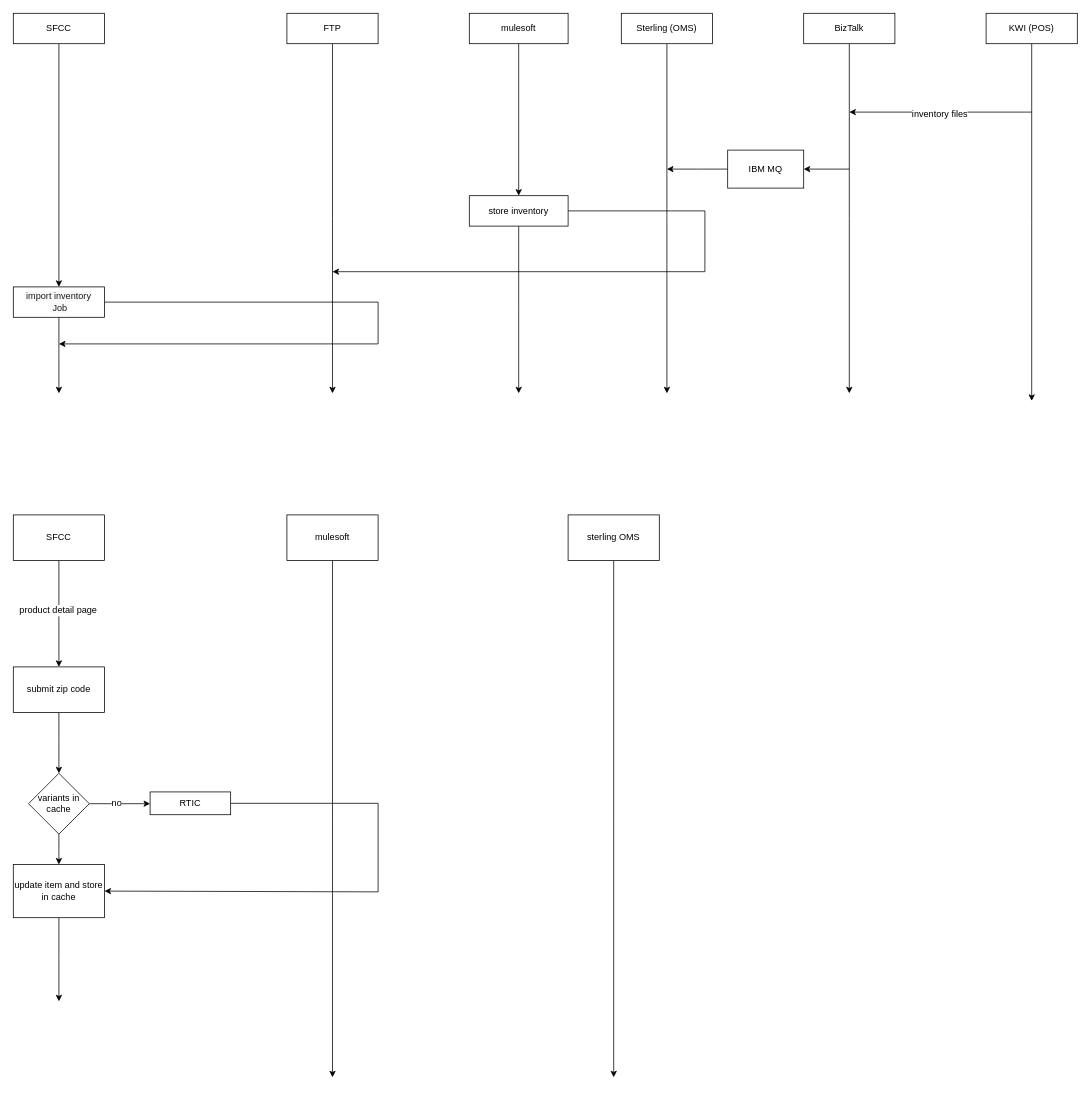
Above: page "click and collect" (5 of 5) of Untitled Diagram.drawio in soum/pnd-diagrams (draw.io), before the change. Source tidied: cells renumbered, new cells numbered last; positions are measured from the earlier drawing's top-left corner, leaving out a move shared by most shapes. Both pictures are drawn from the tidied source at 76%, with x=0, y=0 at pixel (13, 13).
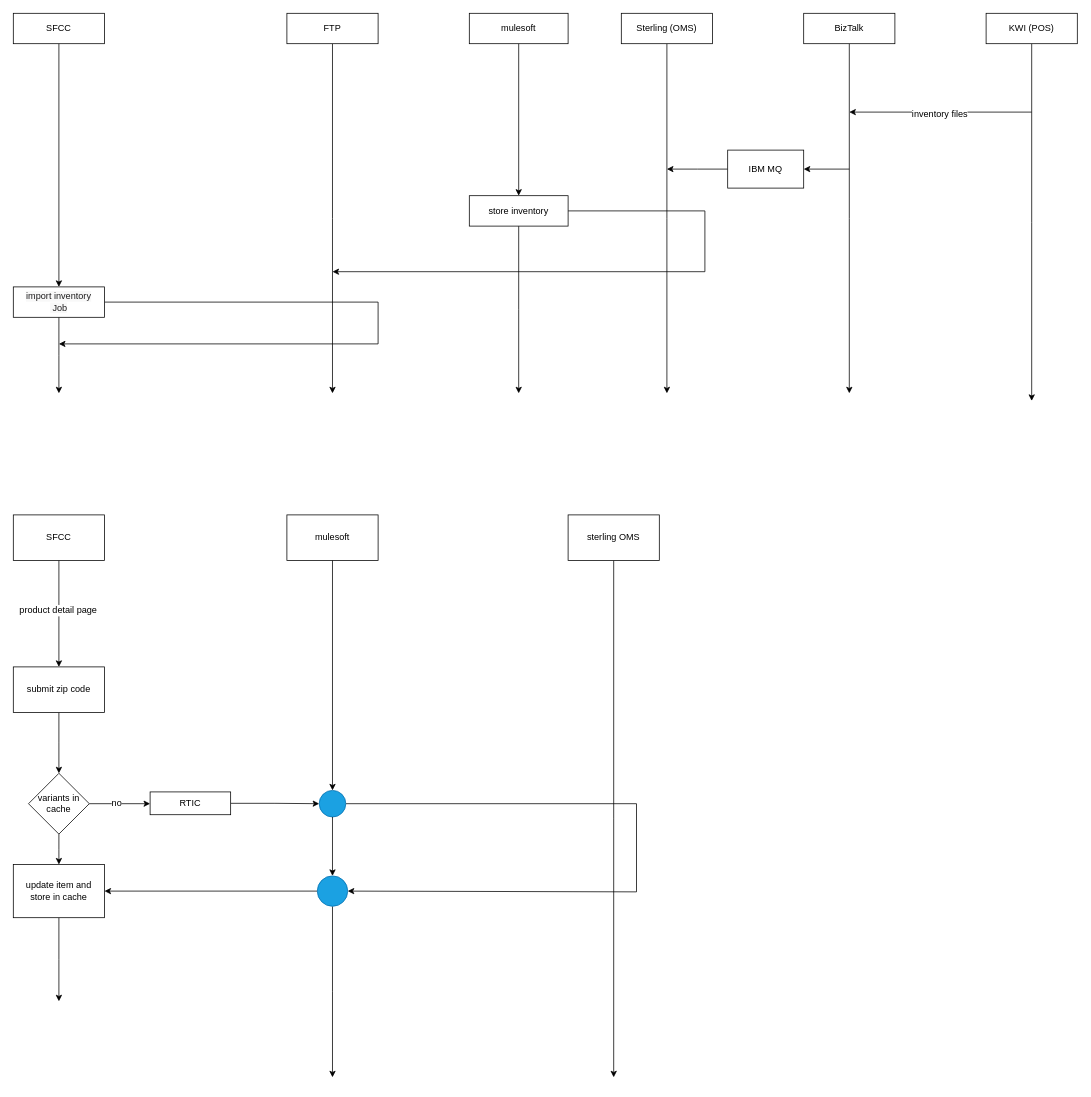
Above is the later version.

The change refers to these unchanged cells:
```xml
<mxCell id="31" value="mulesoft" style="rounded=0;whiteSpace=wrap;html=1;shadow=0;glass=0;comic=0;" parent="1" vertex="1">
  <mxGeometry x="360" y="660" width="120" height="60" as="geometry" />
</mxCell>
<mxCell id="37" value="RTIC" style="rounded=0;whiteSpace=wrap;html=1;shadow=0;glass=0;comic=0;" parent="1" vertex="1">
  <mxGeometry x="180" y="1024.5" width="106" height="30" as="geometry" />
</mxCell>
```

Diff of the diagram source:
```diff
@@
-    <mxCell id="30" style="edgeStyle=orthogonalEdgeStyle;rounded=0;jettySize=auto;html=1;strokeColor=#000000;strokeWidth=1;" parent="1" edge="1" source="31">
+    <mxCell id="30" style="edgeStyle=orthogonalEdgeStyle;rounded=0;jettySize=auto;html=1;strokeColor=#000000;strokeWidth=1;" parent="1" edge="1" source="47">
       <mxGeometry relative="1" as="geometry">
         <mxPoint x="420" y="1400" as="targetPoint" />
       </mxGeometry>
     </mxCell>
@@
-    <mxCell id="36" style="edgeStyle=orthogonalEdgeStyle;rounded=0;jettySize=auto;html=1;strokeColor=#000000;strokeWidth=1;entryX=1;entryY=0.5;entryDx=0;entryDy=0;" parent="1" edge="1" source="37" target="39">
-      <mxGeometry relative="1" as="geometry">
-        <Array as="points">
-          <mxPoint x="480" y="1040" />
-          <mxPoint x="480" y="1156" />
-        </Array>
-      </mxGeometry>
-    </mxCell>
+    <mxCell id="42" style="edgeStyle=orthogonalEdgeStyle;rounded=0;jettySize=auto;html=1;entryX=0;entryY=0.5;entryDx=0;entryDy=0;strokeColor=#000000;strokeWidth=1;" parent="1" edge="1" source="37" target="44">
+      <mxGeometry relative="1" as="geometry" />
+    </mxCell>
@@
-    <mxCell id="39" value="update item and store in cache" style="rounded=0;whiteSpace=wrap;html=1;shadow=0;glass=0;comic=0;" parent="1" vertex="1">
+    <mxCell id="39" value="update item and &lt;br&gt;store in cache" style="rounded=0;whiteSpace=wrap;html=1;shadow=0;glass=0;comic=0;" parent="1" vertex="1">
       <mxGeometry y="1120" width="120" height="70" as="geometry" />
     </mxCell>
@@
+    <mxCell id="43" style="edgeStyle=orthogonalEdgeStyle;rounded=0;jettySize=auto;html=1;strokeColor=#000000;strokeWidth=1;entryX=1;entryY=0.5;entryDx=0;entryDy=0;" parent="1" edge="1" source="44" target="47">
+      <mxGeometry relative="1" as="geometry">
+        <Array as="points">
+          <mxPoint x="820" y="1040" />
+          <mxPoint x="820" y="1156" />
+        </Array>
+      </mxGeometry>
+    </mxCell>
+    <mxCell id="44" style="ellipse;whiteSpace=wrap;html=1;rounded=0;shadow=0;glass=0;comic=0;fillColor=#1ba1e2;strokeColor=#006EAF;fontColor=#ffffff;" parent="1" vertex="1">
+      <mxGeometry x="402.5" y="1022.5" width="35" height="35" as="geometry" />
+    </mxCell>
+    <mxCell id="45" style="edgeStyle=orthogonalEdgeStyle;rounded=0;jettySize=auto;html=1;strokeColor=#000000;strokeWidth=1;" parent="1" edge="1" source="31" target="44">
+      <mxGeometry relative="1" as="geometry" />
+    </mxCell>
+    <mxCell id="46" style="edgeStyle=orthogonalEdgeStyle;rounded=0;jettySize=auto;html=1;strokeColor=#000000;strokeWidth=1;" parent="1" edge="1" source="47" target="39">
+      <mxGeometry relative="1" as="geometry" />
+    </mxCell>
+    <mxCell id="47" style="ellipse;whiteSpace=wrap;html=1;rounded=0;shadow=0;glass=0;comic=0;fillColor=#1ba1e2;strokeColor=#006EAF;fontColor=#ffffff;" parent="1" vertex="1">
+      <mxGeometry x="400" y="1135" width="40" height="40" as="geometry" />
+    </mxCell>
+    <mxCell id="48" style="edgeStyle=orthogonalEdgeStyle;rounded=0;jettySize=auto;html=1;strokeColor=#000000;strokeWidth=1;" parent="1" edge="1" source="44" target="47">
+      <mxGeometry relative="1" as="geometry" />
+    </mxCell>
```
